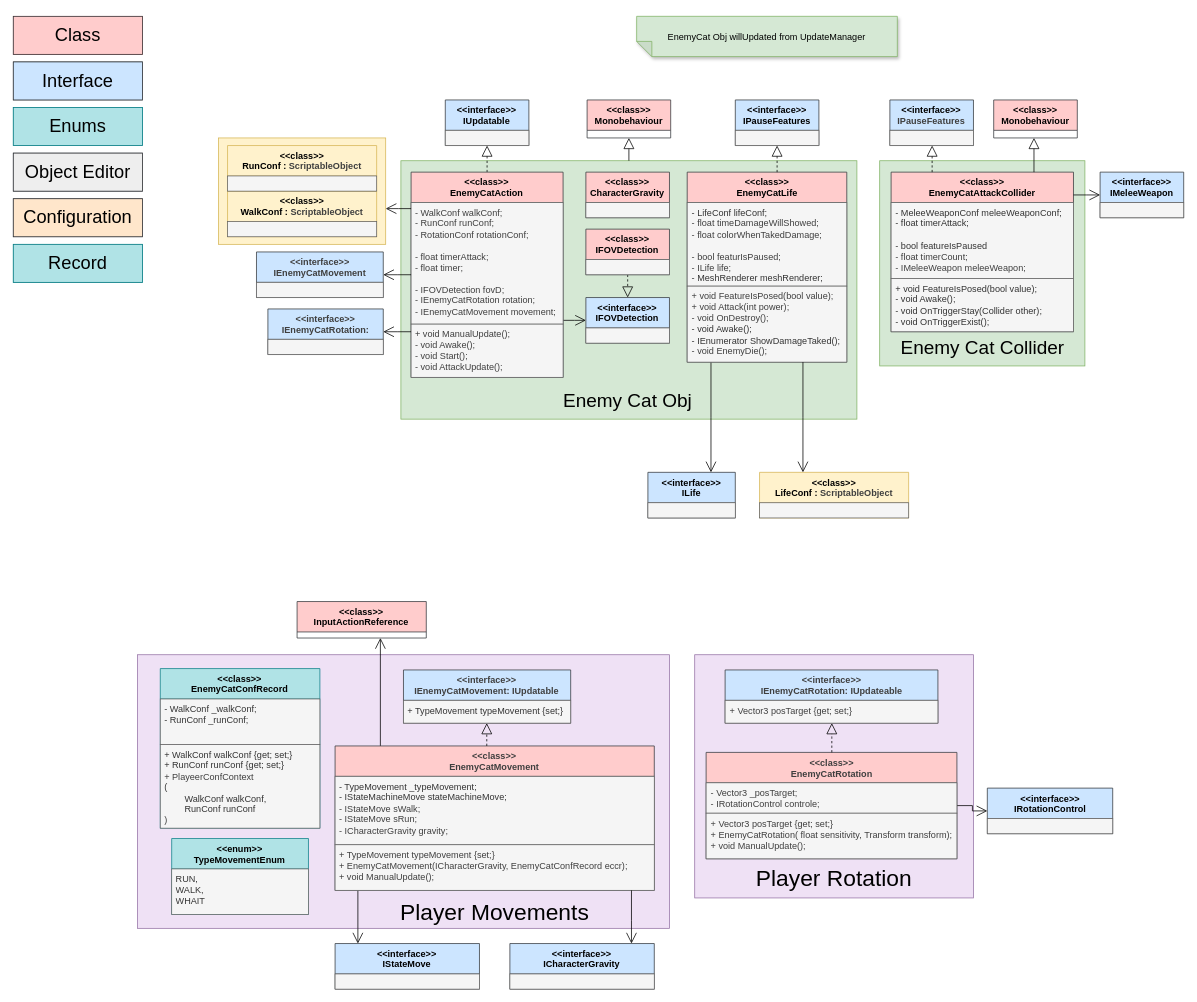
This is doc/Class_Diagram_EnemyCat.drawio from OGecgo/TheCatCult, a draw.io file, before an edit. Source tidied: cells renumbered, new cells numbered last; positions are measured from the earlier drawing's top-left corner, leaving out a move shared by most shapes. Both pictures are drawn from the tidied source at 76%, with x=0, y=0 at pixel (13, 16).
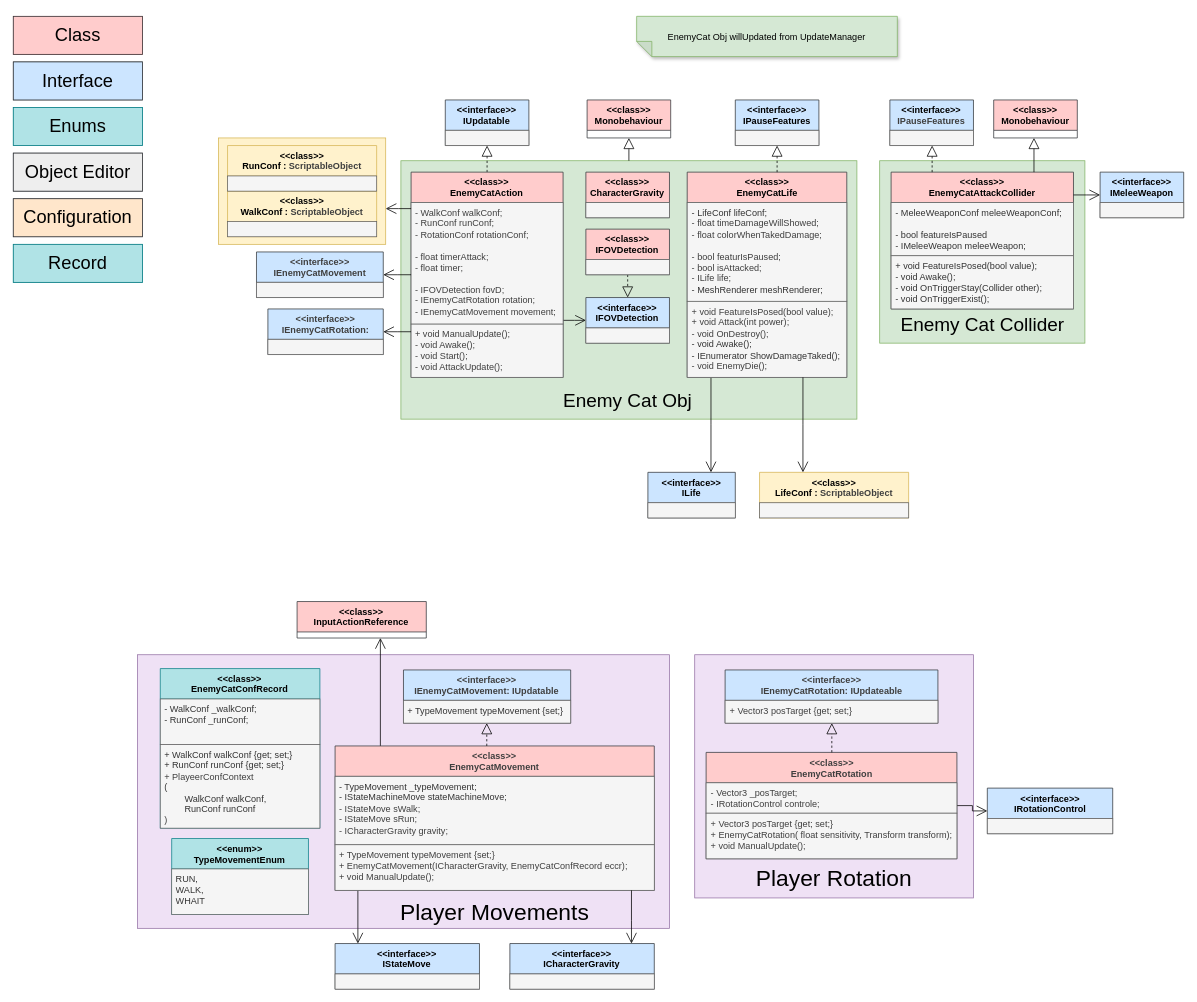
The same diagram, later.

Diff of the diagram source:
```diff
@@
     <mxCell id="41" value="&lt;div&gt;&amp;lt;&amp;lt;class&amp;gt;&amp;gt;&lt;/div&gt;&lt;div&gt;EnemyCatLife&lt;/div&gt;" style="swimlane;fontStyle=1;align=center;verticalAlign=top;horizontal=1;startSize=40;whiteSpace=wrap;html=1;fillColor=#ffcccc;strokeColor=#36393d;" parent="1" vertex="1">
-      <mxGeometry x="886.7" y="205" width="210" height="250" as="geometry" />
+      <mxGeometry x="886.7" y="205" width="210" height="270" as="geometry" />
     </mxCell>
-    <mxCell id="42" value="&lt;div&gt;- LifeConf lifeConf;&lt;/div&gt;&lt;div&gt;&lt;span style=&quot;color: rgb(63, 63, 63);&quot;&gt;- float timeDamageWillShowed;&lt;/span&gt;&lt;/div&gt;&lt;div&gt;&lt;span style=&quot;color: rgb(63, 63, 63);&quot;&gt;- float colorWhenTakedDamage;&lt;/span&gt;&lt;/div&gt;&lt;div&gt;&lt;span style=&quot;color: rgb(63, 63, 63);&quot;&gt;&lt;br&gt;&lt;/span&gt;&lt;/div&gt;&lt;div&gt;&lt;span style=&quot;color: rgb(63, 63, 63);&quot;&gt;- bool featurIsPaused;&lt;/span&gt;&lt;/div&gt;&lt;div&gt;&lt;span style=&quot;color: rgb(63, 63, 63);&quot;&gt;- ILife life;&lt;/span&gt;&lt;/div&gt;&lt;div&gt;- MeshRenderer meshRenderer;&lt;/div&gt;" style="text;align=left;verticalAlign=top;spacingLeft=4;spacingRight=4;overflow=hidden;whiteSpace=wrap;html=1;fillColor=#f5f5f5;fontColor=#333333;strokeColor=#666666;" parent="41" vertex="1">
-      <mxGeometry y="40" width="210" height="110" as="geometry" />
+    <mxCell id="42" value="&lt;div&gt;- LifeConf lifeConf;&lt;/div&gt;&lt;div&gt;&lt;span style=&quot;color: rgb(63, 63, 63);&quot;&gt;- float timeDamageWillShowed;&lt;/span&gt;&lt;/div&gt;&lt;div&gt;&lt;span style=&quot;color: rgb(63, 63, 63);&quot;&gt;- float colorWhenTakedDamage;&lt;/span&gt;&lt;/div&gt;&lt;div&gt;&lt;span style=&quot;color: rgb(63, 63, 63);&quot;&gt;&lt;br&gt;&lt;/span&gt;&lt;/div&gt;&lt;div&gt;&lt;span style=&quot;color: rgb(63, 63, 63);&quot;&gt;- bool featurIsPaused;&lt;/span&gt;&lt;/div&gt;&lt;div&gt;&lt;span style=&quot;color: rgb(63, 63, 63);&quot;&gt;- bool isAttacked;&lt;/span&gt;&lt;/div&gt;&lt;div&gt;&lt;span style=&quot;color: rgb(63, 63, 63);&quot;&gt;- ILife life;&lt;/span&gt;&lt;/div&gt;&lt;div&gt;- MeshRenderer meshRenderer;&lt;/div&gt;" style="text;align=left;verticalAlign=top;spacingLeft=4;spacingRight=4;overflow=hidden;whiteSpace=wrap;html=1;fillColor=#f5f5f5;fontColor=#333333;strokeColor=#666666;" parent="41" vertex="1">
+      <mxGeometry y="40" width="210" height="130" as="geometry" />
     </mxCell>
     <mxCell id="43" value="&lt;div&gt;&lt;span style=&quot;color: rgb(63, 63, 63); background-color: transparent;&quot;&gt;+ void FeatureIsPosed(bool value);&lt;/span&gt;&lt;/div&gt;&lt;div&gt;&lt;span style=&quot;color: rgb(63, 63, 63); background-color: transparent;&quot;&gt;+ void Attack(int power);&lt;/span&gt;&lt;/div&gt;&lt;div&gt;&lt;span style=&quot;color: rgb(63, 63, 63); background-color: transparent;&quot;&gt;- void OnDestroy();&lt;/span&gt;&lt;/div&gt;&lt;div&gt;&lt;span style=&quot;background-color: transparent;&quot;&gt;- void Awake();&lt;/span&gt;&lt;/div&gt;&lt;div&gt;&lt;span style=&quot;background-color: transparent;&quot;&gt;- IEnumerator ShowDamageTaked();&lt;/span&gt;&lt;/div&gt;&lt;div style=&quot;color: rgb(63, 63, 63); scrollbar-color: rgb(226, 226, 226) rgb(251, 251, 251);&quot;&gt;- void EnemyDie();&lt;/div&gt;" style="text;align=left;verticalAlign=top;spacingLeft=4;spacingRight=4;overflow=hidden;whiteSpace=wrap;html=1;fillColor=#f5f5f5;fontColor=#333333;strokeColor=#666666;" parent="41" vertex="1">
-      <mxGeometry y="150" width="210" height="100" as="geometry" />
+      <mxGeometry y="170" width="210" height="100" as="geometry" />
     </mxCell>
@@
     <mxCell id="91" style="rounded=0;whiteSpace=wrap;html=1;fillColor=#d5e8d4;strokeColor=#82b366;strokeWidth=1;" parent="1" vertex="1">
-      <mxGeometry x="1140" y="190" width="270" height="270" as="geometry" />
+      <mxGeometry x="1140" y="190" width="270" height="240" as="geometry" />
     </mxCell>
     <mxCell id="92" value="&lt;font&gt;Enemy Cat Collider&lt;/font&gt;" style="text;html=1;whiteSpace=wrap;strokeColor=none;fillColor=none;align=center;verticalAlign=middle;rounded=0;fontSize=25;" parent="1" vertex="1">
-      <mxGeometry x="1162.5" y="415" width="225" height="40" as="geometry" />
+      <mxGeometry x="1162.5" y="385" width="225" height="40" as="geometry" />
     </mxCell>
     <mxCell id="93" value="&lt;div&gt;&amp;lt;&amp;lt;class&amp;gt;&amp;gt;&lt;/div&gt;&lt;div&gt;EnemyCatAttackCollider&lt;/div&gt;" style="swimlane;fontStyle=1;align=center;verticalAlign=top;horizontal=1;startSize=40;whiteSpace=wrap;html=1;fillColor=#ffcccc;strokeColor=#36393d;" parent="1" vertex="1">
-      <mxGeometry x="1155" y="205" width="240" height="210" as="geometry" />
+      <mxGeometry x="1155" y="205" width="240" height="180" as="geometry" />
     </mxCell>
-    <mxCell id="94" value="&lt;div&gt;- MeleeWeaponConf meleeWeaponConf;&lt;/div&gt;&lt;div&gt;- float timerAttack;&lt;/div&gt;&lt;div&gt;&lt;br&gt;&lt;/div&gt;&lt;div&gt;- bool featureIsPaused&lt;/div&gt;&lt;div&gt;&lt;span style=&quot;color: rgb(63, 63, 63);&quot;&gt;- float timerCount;&lt;/span&gt;&lt;/div&gt;&lt;div&gt;&lt;span style=&quot;color: rgb(63, 63, 63);&quot;&gt;- IMeleeWeapon meleeWeapon;&lt;/span&gt;&lt;/div&gt;" style="text;align=left;verticalAlign=top;spacingLeft=4;spacingRight=4;overflow=hidden;whiteSpace=wrap;html=1;fillColor=#f5f5f5;fontColor=#333333;strokeColor=#666666;" parent="93" vertex="1">
-      <mxGeometry y="40" width="240" height="100" as="geometry" />
+    <mxCell id="94" value="&lt;div&gt;- MeleeWeaponConf meleeWeaponConf;&lt;/div&gt;&lt;div&gt;&lt;br&gt;&lt;/div&gt;&lt;div&gt;- bool featureIsPaused&lt;/div&gt;&lt;div&gt;&lt;span style=&quot;background-color: transparent;&quot;&gt;- IMeleeWeapon meleeWeapon;&lt;/span&gt;&lt;/div&gt;" style="text;align=left;verticalAlign=top;spacingLeft=4;spacingRight=4;overflow=hidden;whiteSpace=wrap;html=1;fillColor=#f5f5f5;fontColor=#333333;strokeColor=#666666;" parent="93" vertex="1">
+      <mxGeometry y="40" width="240" height="70" as="geometry" />
     </mxCell>
     <mxCell id="95" value="+ void FeatureIsPosed(bool value);&lt;div&gt;- void Awake();&lt;/div&gt;&lt;div&gt;- void OnTriggerStay(Collider other);&lt;/div&gt;&lt;div&gt;- void OnTriggerExist();&lt;/div&gt;" style="text;align=left;verticalAlign=top;spacingLeft=4;spacingRight=4;overflow=hidden;whiteSpace=wrap;html=1;fillColor=#f5f5f5;fontColor=#333333;strokeColor=#666666;" parent="93" vertex="1">
-      <mxGeometry y="140" width="240" height="70" as="geometry" />
+      <mxGeometry y="110" width="240" height="70" as="geometry" />
     </mxCell>
```
